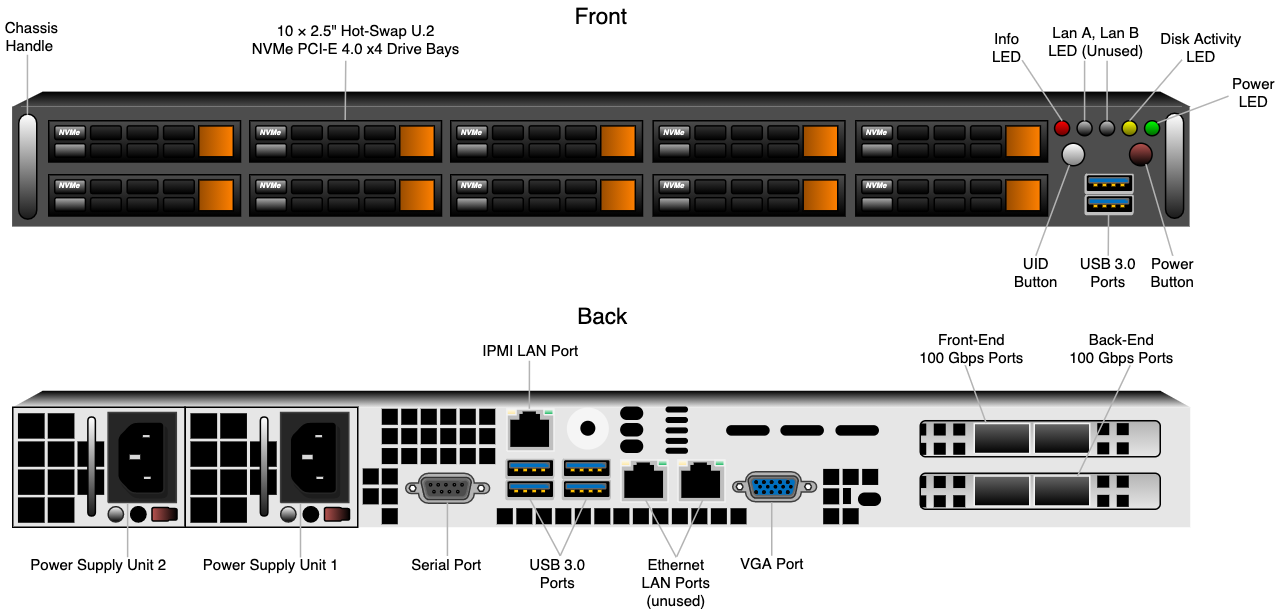
Above: supermicro/images/supermicro-front-back-diagram.png in Qumulo/docs (draw.io), before the change. Source tidied: cells renumbered, new cells last; positions are measured from the earlier drawing's top-left corner, leaving out a move shared by most shapes.
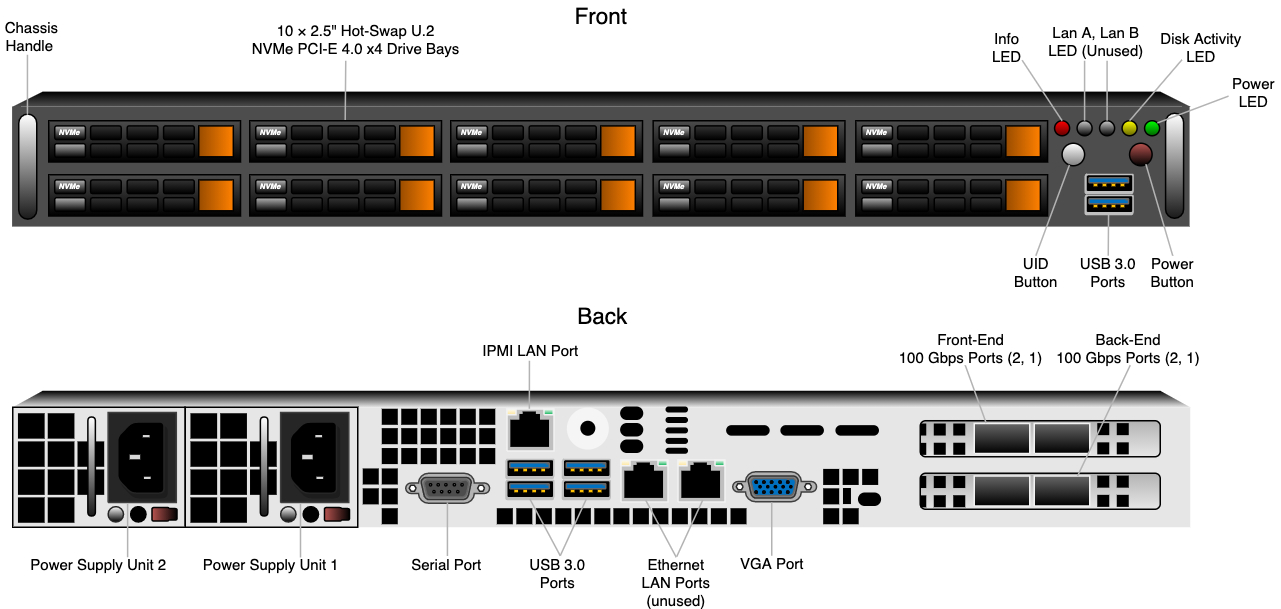
The same diagram one commit later.

What changed in the source:
```diff
@@ -1160,8 +1160,8 @@
         <mxPoint x="369.4" y="272" as="targetPoint" />
       </mxGeometry>
     </mxCell>
-    <mxCell id="383" value="Front-End&lt;br&gt;100 Gbps Ports" style="text;whiteSpace=wrap;html=1;fontSize=10;align=center;" parent="1" vertex="1">
-      <mxGeometry x="628.1" y="212.8" width="72.7" height="20" as="geometry" />
+    <mxCell id="383" value="Front-End&lt;br&gt;100 Gbps Ports (2, 1)" style="text;whiteSpace=wrap;html=1;fontSize=10;align=center;" parent="1" vertex="1">
+      <mxGeometry x="613" y="212.8" width="101.9" height="37.2" as="geometry" />
     </mxCell>
     <mxCell id="384" style="group;" parent="1" vertex="1">
       <mxGeometry x="630" y="280" width="160" height="24" as="geometry" />
@@ -1292,8 +1292,8 @@
         <mxPoint x="467.3" y="371" as="targetPoint" />
       </mxGeometry>
     </mxCell>
-    <mxCell id="422" value="Back-End&lt;br&gt;100 Gbps Ports" style="text;whiteSpace=wrap;html=1;fontSize=10;align=center;" parent="1" vertex="1">
-      <mxGeometry x="727.6" y="212.8" width="72.7" height="20" as="geometry" />
+    <mxCell id="422" value="Back-End&lt;br&gt;100 Gbps Ports (2, 1)" style="text;whiteSpace=wrap;html=1;fontSize=10;align=center;" parent="1" vertex="1">
+      <mxGeometry x="718.3" y="212.8" width="102.4" height="37.2" as="geometry" />
     </mxCell>
     <mxCell id="423" style="endArrow=none;html=1;fontSize=10;shadow=0;strokeColor=#B3B3B3;entryX=0.214;entryY=-0.02;entryDx=0;entryDy=0;entryPerimeter=0;" parent="1" edge="1" target="391">
       <mxGeometry relative="1" as="geometry">
```
